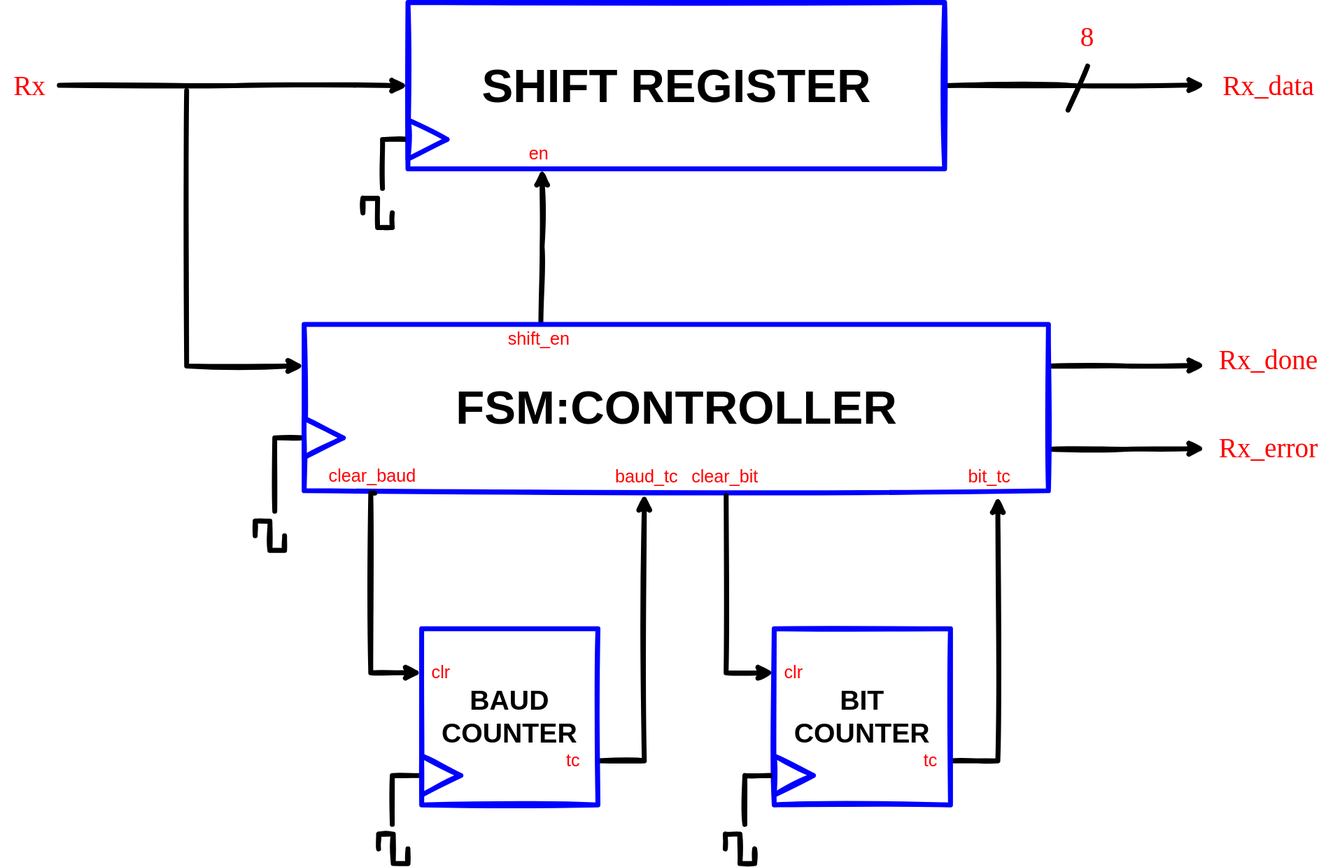
mubbie/es31-wordle keeps this draw.io diagram as diagrams/Receiver/Receiver RTL Design.drawio.svg. Above is the earlier version. Source tidied: cells renumbered, new cells last; positions are measured from the earlier drawing's top-left corner, leaving out a move shared by most shapes.
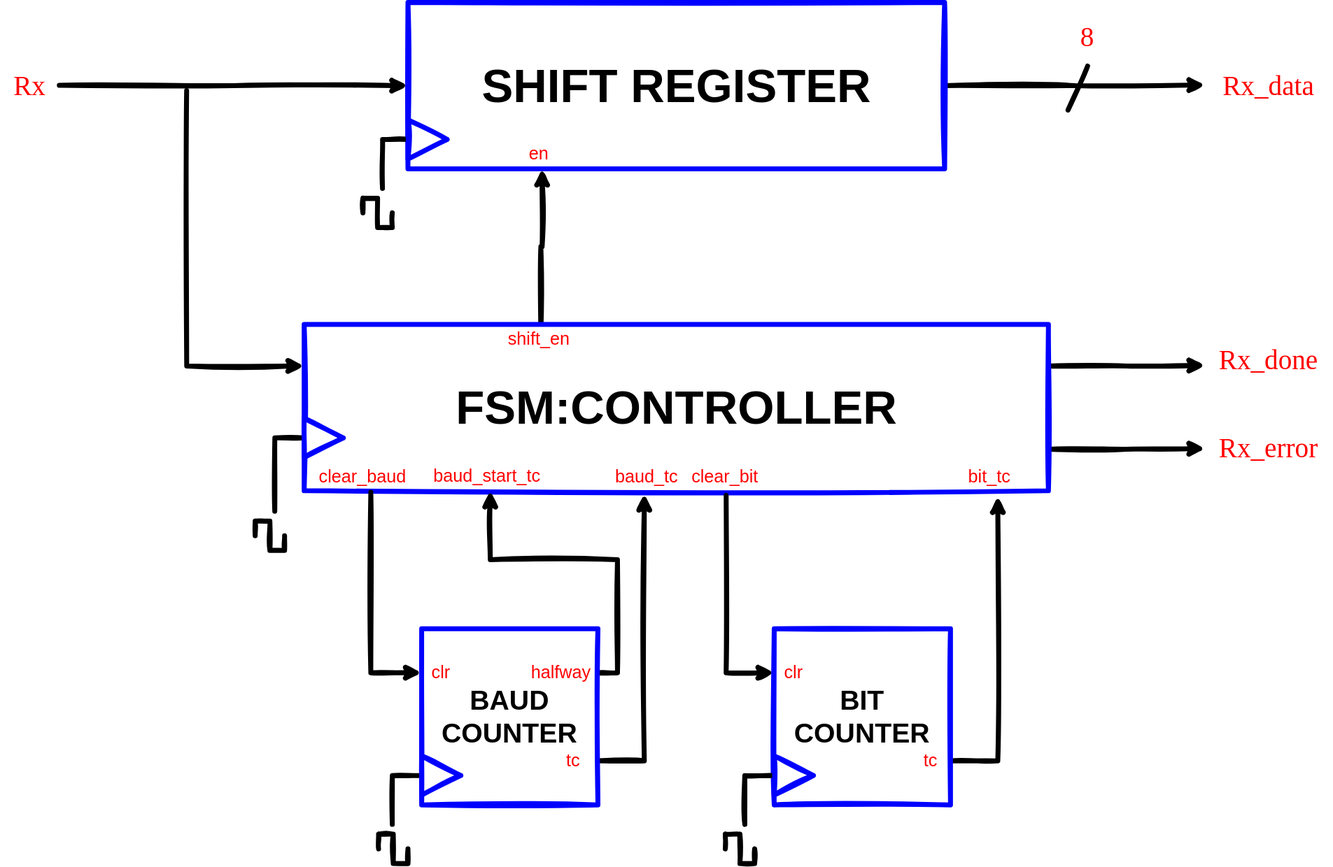
Above is the later version.

What changed in the source:
```diff
@@ -36,16 +36,20 @@
     <mxCell id="9" style="rounded=0;whiteSpace=wrap;html=1;strokeWidth=5;sketch=1;strokeColor=#0000FF;" parent="1" vertex="1">
       <mxGeometry x="310" y="329" width="760" height="170" as="geometry" />
     </mxCell>
-    <mxCell id="10" style="edgeStyle=orthogonalEdgeStyle;rounded=0;sketch=1;jettySize=auto;html=1;exitX=0;exitY=0.25;exitDx=0;exitDy=0;entryX=0.095;entryY=1.014;entryDx=0;entryDy=0;entryPerimeter=0;startArrow=classic;startFill=1;endArrow=none;endFill=0;strokeWidth=5;" parent="1" edge="1" source="12" target="9">
+    <mxCell id="10" style="edgeStyle=orthogonalEdgeStyle;rounded=0;sketch=1;jettySize=auto;html=1;exitX=0;exitY=0.25;exitDx=0;exitDy=0;entryX=0.57;entryY=1.017;entryDx=0;entryDy=0;entryPerimeter=0;startArrow=classic;startFill=1;endArrow=none;endFill=0;strokeWidth=5;" parent="1" edge="1" source="12" target="31">
       <mxGeometry relative="1" as="geometry">
         <Array as="points">
           <mxPoint x="378" y="685" />
+          <mxPoint x="378" y="501" />
         </Array>
       </mxGeometry>
     </mxCell>
     <mxCell id="11" style="edgeStyle=orthogonalEdgeStyle;rounded=0;sketch=1;jettySize=auto;html=1;exitX=1;exitY=0.75;exitDx=0;exitDy=0;entryX=0.457;entryY=1.019;entryDx=0;entryDy=0;entryPerimeter=0;startArrow=none;startFill=0;endArrow=classic;endFill=1;strokeWidth=5;" parent="1" edge="1" source="12" target="9">
       <mxGeometry relative="1" as="geometry" />
     </mxCell>
+    <mxCell id="48" style="edgeStyle=orthogonalEdgeStyle;rounded=0;sketch=1;jettySize=auto;html=1;exitX=1;exitY=0.25;exitDx=0;exitDy=0;entryX=0.25;entryY=1;entryDx=0;entryDy=0;fontFamily=Comic Sans MS;fontSize=28;fontColor=#FF0000;startArrow=none;startFill=0;endArrow=classic;endFill=1;strokeWidth=5;" parent="1" edge="1" source="12" target="9">
+      <mxGeometry relative="1" as="geometry" />
+    </mxCell>
     <mxCell id="12" style="whiteSpace=wrap;html=1;strokeWidth=5;sketch=1;rounded=0;strokeColor=#0000FF;" parent="1" vertex="1">
       <mxGeometry x="430" y="640" width="180" height="180" as="geometry" />
     </mxCell>
@@ -116,7 +120,7 @@
       <mxGeometry x="970" y="470" width="80" height="30" as="geometry" />
     </mxCell>
     <mxCell id="31" value="&lt;font style=&quot;font-size: 18px;&quot;&gt;clear_baud&lt;/font&gt;" style="text;html=1;strokeColor=none;fillColor=none;align=center;verticalAlign=middle;whiteSpace=wrap;rounded=0;sketch=1;fontSize=16;fontColor=#FF0000;" parent="1" vertex="1">
-      <mxGeometry x="330" y="469" width="100" height="30" as="geometry" />
+      <mxGeometry x="320" y="470" width="100" height="30" as="geometry" />
     </mxCell>
     <mxCell id="32" value="&lt;font style=&quot;font-size: 18px;&quot;&gt;baud_tc&lt;/font&gt;" style="text;html=1;strokeColor=none;fillColor=none;align=center;verticalAlign=middle;whiteSpace=wrap;rounded=0;sketch=1;fontSize=16;fontColor=#FF0000;" parent="1" vertex="1">
       <mxGeometry x="620" y="470" width="80" height="30" as="geometry" />
@@ -169,5 +173,11 @@
     <mxCell id="47" value="&lt;font style=&quot;font-size: 18px;&quot;&gt;clr&lt;/font&gt;" style="text;html=1;strokeColor=none;fillColor=none;align=center;verticalAlign=middle;whiteSpace=wrap;rounded=0;sketch=1;fontSize=16;fontColor=#FF0000;" parent="1" vertex="1">
       <mxGeometry x="430" y="670" width="40" height="30" as="geometry" />
     </mxCell>
+    <mxCell id="49" value="&lt;span style=&quot;font-size: 18px;&quot;&gt;halfway&lt;/span&gt;" style="text;html=1;strokeColor=none;fillColor=none;align=center;verticalAlign=middle;whiteSpace=wrap;rounded=0;sketch=1;fontSize=16;fontColor=#FF0000;" parent="1" vertex="1">
+      <mxGeometry x="540" y="670" width="65" height="30" as="geometry" />
+    </mxCell>
+    <mxCell id="50" value="&lt;font style=&quot;font-size: 18px;&quot;&gt;baud_start_tc&lt;/font&gt;" style="text;html=1;strokeColor=none;fillColor=none;align=center;verticalAlign=middle;whiteSpace=wrap;rounded=0;sketch=1;fontSize=16;fontColor=#FF0000;" parent="1" vertex="1">
+      <mxGeometry x="440" y="469" width="114" height="30" as="geometry" />
+    </mxCell>
   </root>
 </mxGraphModel>
```
